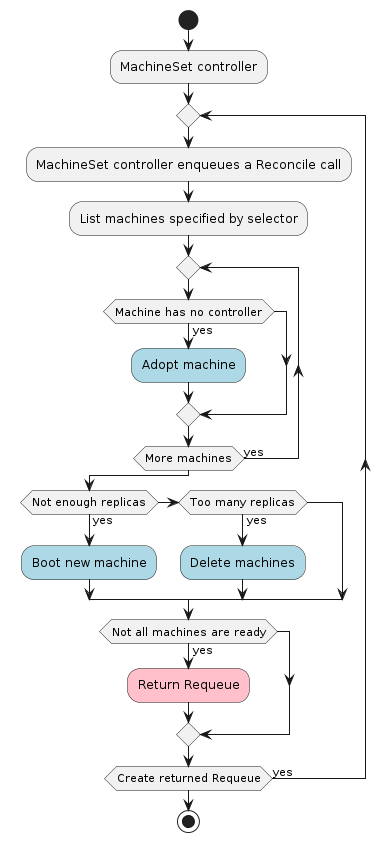
Earlier version of the PlantUML export docs/book/src/images/cluster-admission-machineset-controller.png (kubernetes-sigs/cluster-api). Its diagram source:
```plantuml
@startuml cluster-admission-machineset-controller

start;
:MachineSet controller;

repeat
  :MachineSet controller enqueues a Reconcile call;
  :List machines specified by selector;
  repeat
    if (Machine has no controller) then (yes)
      #LightBlue:Adopt machine;
    endif
  repeat while (More machines) is (yes)
  if (Not enough replicas) then (yes)
    #LightBlue:Boot new machine;
  elseif (Too many replicas) then (yes)
    #LightBlue:Delete machines;
  endif
  if (Not all machines are ready) then (yes)
    #Pink:Return Requeue;
  endif
repeat while (Create returned Requeue) is (yes)
stop;

@enduml
```
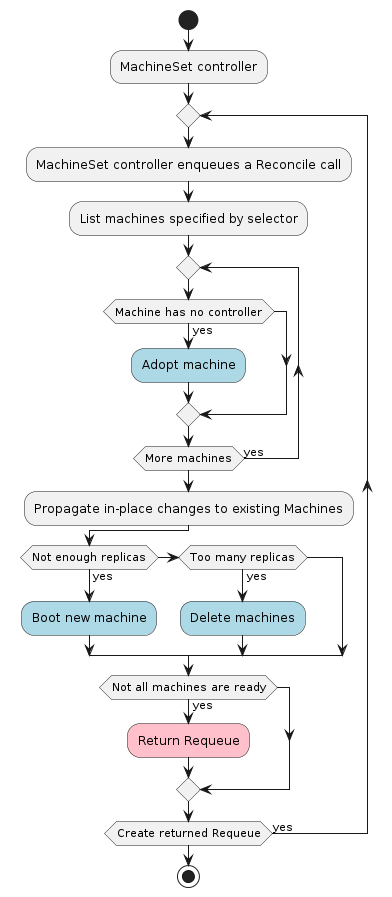
The same diagram one commit later.

Commit message:
update book on in-place propagation

The edit, as a diff of the source:
```diff
@@ -11,6 +11,7 @@
       #LightBlue:Adopt machine;
     endif
   repeat while (More machines) is (yes)
+  :Propagate in-place changes to existing Machines;
   if (Not enough replicas) then (yes)
     #LightBlue:Boot new machine;
   elseif (Too many replicas) then (yes)
```
